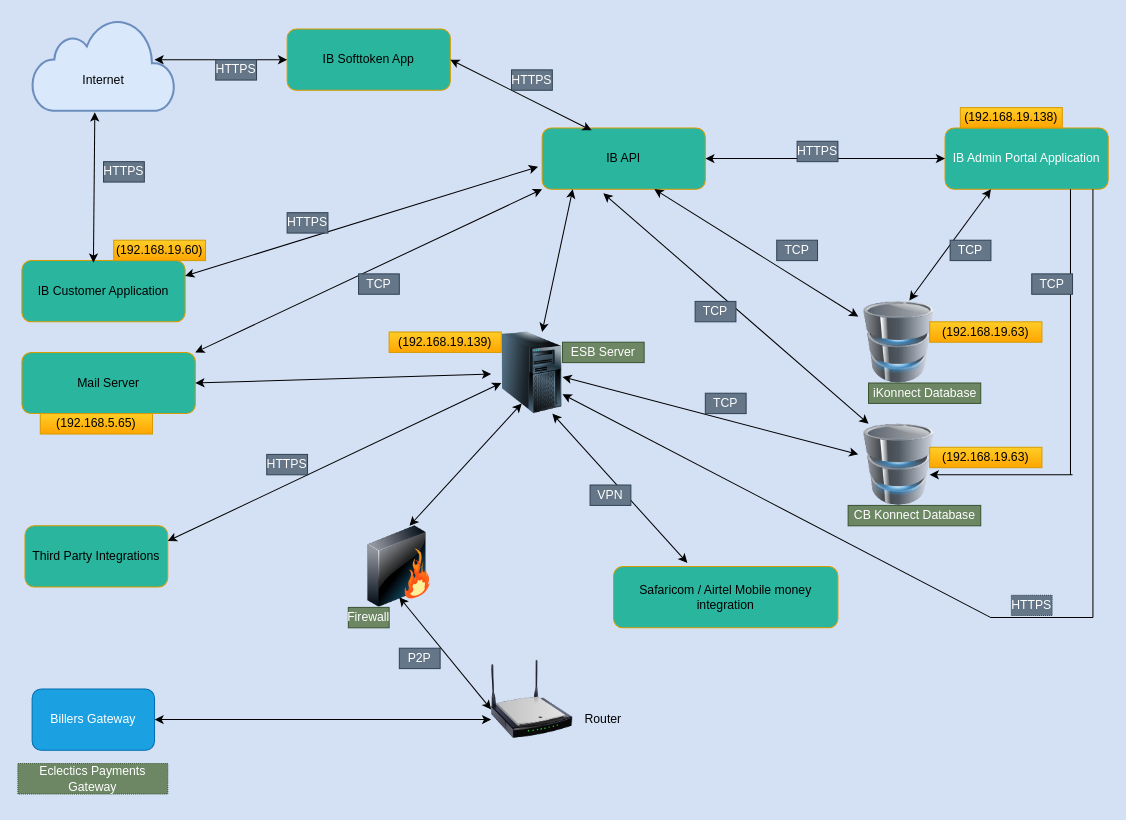
The draw.io diagram iKonnect Architecture Diagram.drawio in embula/org-mydiagrams, before the edit. Source tidied: cells renumbered, new cells numbered last; positions are measured from the earlier drawing's top-left corner, leaving out a move shared by most shapes. Both pictures are drawn from the tidied source at 102%, with x=0, y=0 at pixel (17, 18).
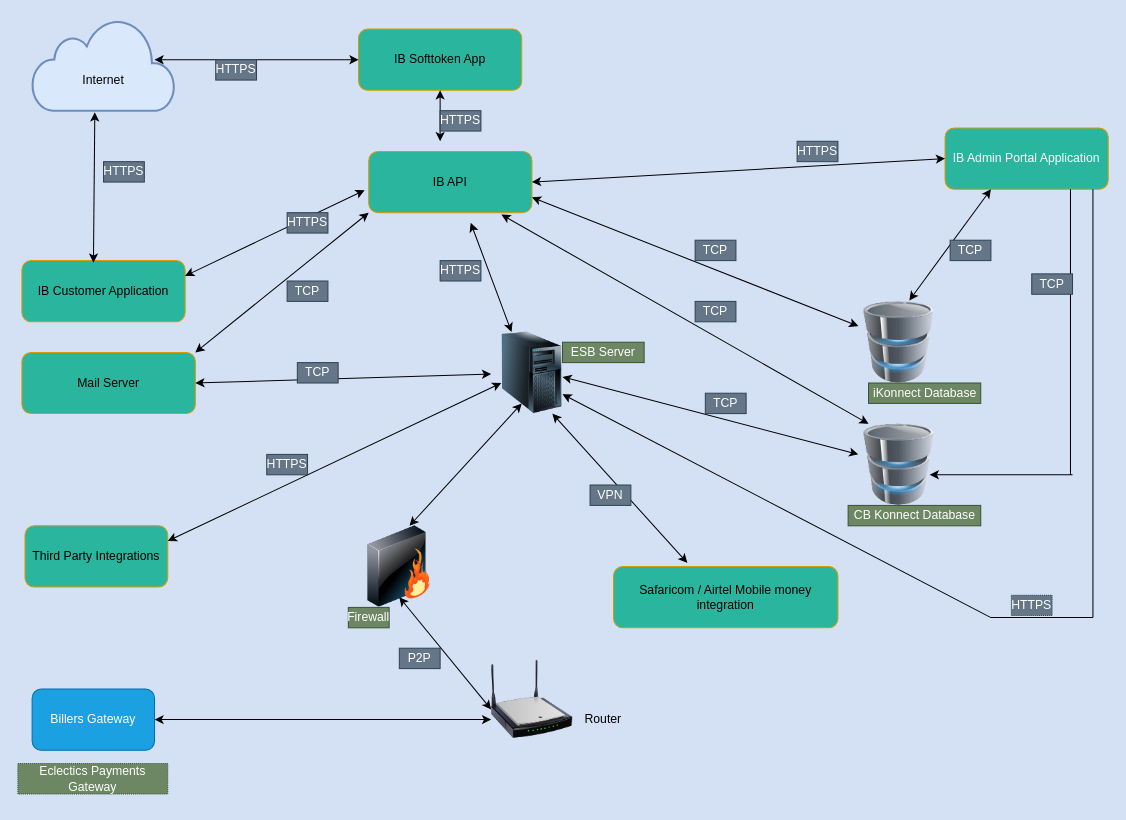
After the change.

Unchanged cells that the change refers to:
```xml
<mxCell id="2" style="image;html=1;image=img/lib/clip_art/computers/Database_128x128.png;" parent="1" vertex="1">
  <mxGeometry x="824" y="277" width="80" height="80" as="geometry" />
</mxCell>
<mxCell id="3" style="image;html=1;image=img/lib/clip_art/computers/Database_128x128.png;" parent="1" vertex="1">
  <mxGeometry x="824" y="397" width="80" height="80" as="geometry" />
</mxCell>
<mxCell id="12" style="image;html=1;image=img/lib/clip_art/computers/Server_Tower_128x128.png;" parent="1" vertex="1">
  <mxGeometry x="464" y="307" width="80" height="80" as="geometry" />
</mxCell>
```

Diff of the diagram source:
```diff
@@
     <mxCell id="6" value="IB API " style="rounded=1;whiteSpace=wrap;html=1;fillColor=#2AB59E;strokeColor=#D79B00;" parent="1" vertex="1">
-      <mxGeometry x="514" y="107" width="160" height="60" as="geometry" />
+      <mxGeometry x="344" y="130" width="160" height="60" as="geometry" />
     </mxCell>
@@
-    <mxCell id="20" style="endArrow=classic;startArrow=classic;html=1;" parent="1" edge="1" source="2">
-      <mxGeometry relative="1" as="geometry">
-        <mxPoint x="624" y="167" as="targetPoint" />
-      </mxGeometry>
+    <mxCell id="20" style="endArrow=classic;startArrow=classic;html=1;entryX=1;entryY=0.75;entryDx=0;entryDy=0;" parent="1" edge="1" source="2" target="6">
+      <mxGeometry relative="1" as="geometry" />
     </mxCell>
-    <mxCell id="21" style="endArrow=classic;startArrow=classic;html=1;exitX=0.125;exitY=0;exitDx=0;exitDy=0;exitPerimeter=0;entryX=0.375;entryY=1.067;entryDx=0;entryDy=0;entryPerimeter=0;" parent="1" edge="1" source="3" target="6">
+    <mxCell id="21" style="endArrow=classic;startArrow=classic;html=1;exitX=0.125;exitY=0;exitDx=0;exitDy=0;exitPerimeter=0;entryX=0.813;entryY=1.031;entryDx=0;entryDy=0;entryPerimeter=0;" parent="1" edge="1" source="3" target="6">
       <mxGeometry relative="1" as="geometry" />
     </mxCell>
@@
-    <mxCell id="25" style="endArrow=classic;startArrow=classic;html=1;" parent="1" edge="1">
+    <mxCell id="25" style="endArrow=classic;startArrow=classic;html=1;exitX=0.25;exitY=0;exitDx=0;exitDy=0;" parent="1" edge="1" source="12">
       <mxGeometry relative="1" as="geometry">
-        <mxPoint x="514" y="307" as="sourcePoint" />
-        <mxPoint x="544" y="167" as="targetPoint" />
+        <mxPoint x="444" y="200" as="targetPoint" />
       </mxGeometry>
     </mxCell>
@@
     <mxCell id="44" value="IB Softtoken App" style="rounded=1;whiteSpace=wrap;html=1;fillColor=#2AB59E;strokeColor=#D79B00;" parent="1" vertex="1">
-      <mxGeometry x="264" y="10" width="160" height="60" as="geometry" />
+      <mxGeometry x="334" y="10" width="160" height="60" as="geometry" />
     </mxCell>
-    <mxCell id="45" style="endArrow=classic;startArrow=classic;html=1;entryX=0.303;entryY=0.038;entryDx=0;entryDy=0;entryPerimeter=0;exitX=1;exitY=0.5;exitDx=0;exitDy=0;" parent="1" edge="1" source="44" target="6">
-      <mxGeometry relative="1" as="geometry" />
+    <mxCell id="45" style="endArrow=classic;startArrow=classic;html=1;exitX=0.5;exitY=1;exitDx=0;exitDy=0;" parent="1" edge="1" source="44">
+      <mxGeometry relative="1" as="geometry">
+        <mxPoint x="414" y="120" as="targetPoint" />
+      </mxGeometry>
     </mxCell>
@@
     <mxCell id="49" value="HTTPS" style="text;html=1;strokeColor=#314354;fillColor=#647687;align=center;verticalAlign=middle;whiteSpace=wrap;rounded=0;fontColor=#ffffff;" parent="1" vertex="1">
-      <mxGeometry x="484" y="50" width="40" height="20" as="geometry" />
+      <mxGeometry x="414" y="90" width="40" height="20" as="geometry" />
     </mxCell>
-    <mxCell id="50" value="(192.168.19.60)" style="text;html=1;strokeColor=#d79b00;fillColor=#ffcd28;align=center;verticalAlign=middle;whiteSpace=wrap;rounded=0;gradientColor=#ffa500;" parent="1" vertex="1">
-      <mxGeometry x="94" y="217" width="90" height="20" as="geometry" />
-    </mxCell>
-    <mxCell id="51" value="(192.168.19.138)" style="text;html=1;strokeColor=#d79b00;fillColor=#ffcd28;align=center;verticalAlign=middle;whiteSpace=wrap;rounded=0;gradientColor=#ffa500;" parent="1" vertex="1">
-      <mxGeometry x="924" y="87" width="100" height="20" as="geometry" />
-    </mxCell>
-    <mxCell id="52" value="(192.168.5.65)" style="text;html=1;strokeColor=#d79b00;fillColor=#ffcd28;align=center;verticalAlign=middle;whiteSpace=wrap;rounded=0;gradientColor=#ffa500;" parent="1" vertex="1">
-      <mxGeometry x="22" y="387" width="110" height="20" as="geometry" />
-    </mxCell>
-    <mxCell id="53" value="(192.168.19.139)" style="text;html=1;strokeColor=#d79b00;fillColor=#ffcd28;align=center;verticalAlign=middle;whiteSpace=wrap;rounded=0;gradientColor=#ffa500;" parent="1" vertex="1">
-      <mxGeometry x="364" y="307" width="110" height="20" as="geometry" />
-    </mxCell>
-    <mxCell id="54" value="(192.168.19.63)" style="text;html=1;strokeColor=#d79b00;fillColor=#ffcd28;align=center;verticalAlign=middle;whiteSpace=wrap;rounded=0;gradientColor=#ffa500;" parent="1" vertex="1">
-      <mxGeometry x="894" y="420" width="110" height="20" as="geometry" />
-    </mxCell>
-    <mxCell id="55" value="(192.168.19.63)" style="text;html=1;strokeColor=#d79b00;fillColor=#ffcd28;align=center;verticalAlign=middle;whiteSpace=wrap;rounded=0;gradientColor=#ffa500;" parent="1" vertex="1">
-      <mxGeometry x="894" y="297" width="110" height="20" as="geometry" />
-    </mxCell>
@@
     <mxCell id="57" value="TCP" style="text;html=1;strokeColor=#314354;fillColor=#647687;align=center;verticalAlign=middle;whiteSpace=wrap;rounded=0;fontColor=#ffffff;" parent="1" vertex="1">
-      <mxGeometry x="334" y="250" width="40" height="20" as="geometry" />
+      <mxGeometry x="264" y="257" width="40" height="20" as="geometry" />
     </mxCell>
@@
     <mxCell id="59" value="TCP" style="text;html=1;strokeColor=#314354;fillColor=#647687;align=center;verticalAlign=middle;whiteSpace=wrap;rounded=0;fontColor=#ffffff;" parent="1" vertex="1">
-      <mxGeometry x="744" y="217" width="40" height="20" as="geometry" />
+      <mxGeometry x="664" y="217" width="40" height="20" as="geometry" />
     </mxCell>
@@
+    <mxCell id="67" value="TCP" style="text;html=1;strokeColor=#314354;fillColor=#647687;align=center;verticalAlign=middle;whiteSpace=wrap;rounded=0;fontColor=#ffffff;" parent="1" vertex="1">
+      <mxGeometry x="274" y="337" width="40" height="20" as="geometry" />
+    </mxCell>
+    <mxCell id="68" value="HTTPS" style="text;html=1;strokeColor=#314354;fillColor=#647687;align=center;verticalAlign=middle;whiteSpace=wrap;rounded=0;fontColor=#ffffff;" parent="1" vertex="1">
+      <mxGeometry x="414" y="237" width="40" height="20" as="geometry" />
+    </mxCell>
```
